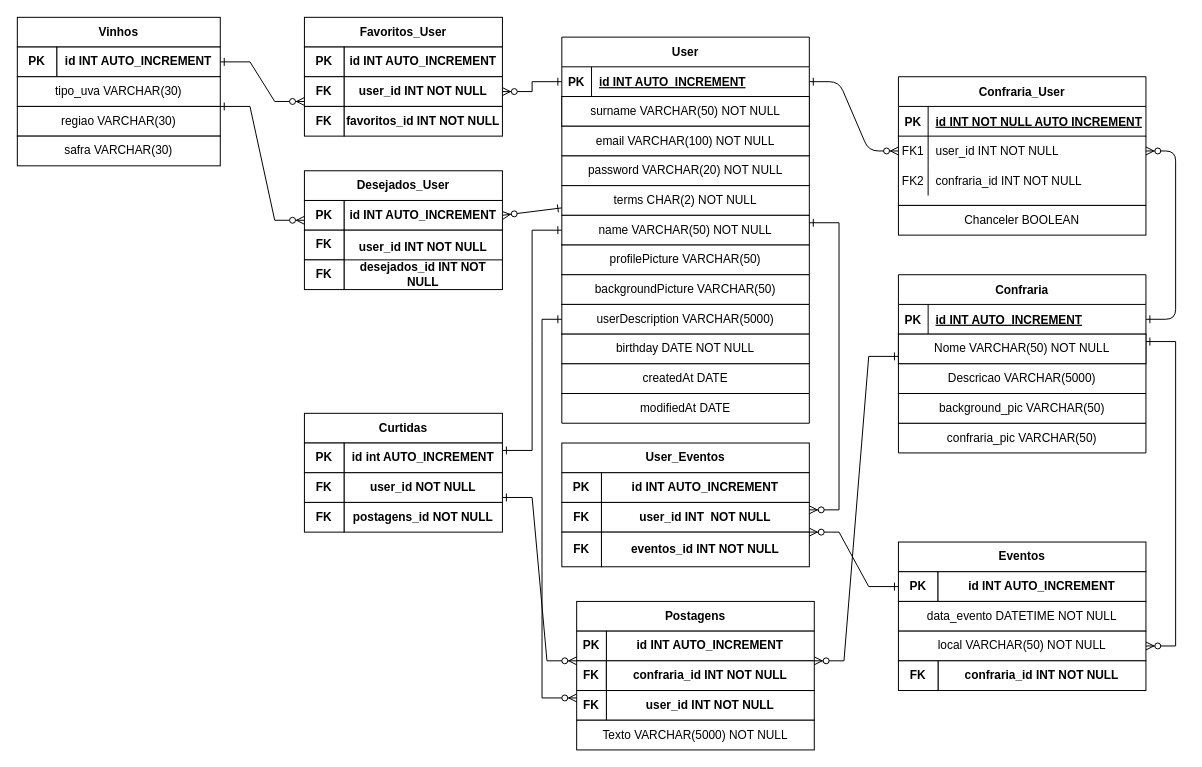
This is ModeloBancoDeDados.drawio from jairocket/projetoIntegrador-Wined, a draw.io file, before an edit. Source tidied: cells renumbered, new cells numbered last; positions are measured from the earlier drawing's top-left corner, leaving out a move shared by most shapes. Both pictures are drawn from the tidied source at 99%, with x=0, y=0 at pixel (17, 17).
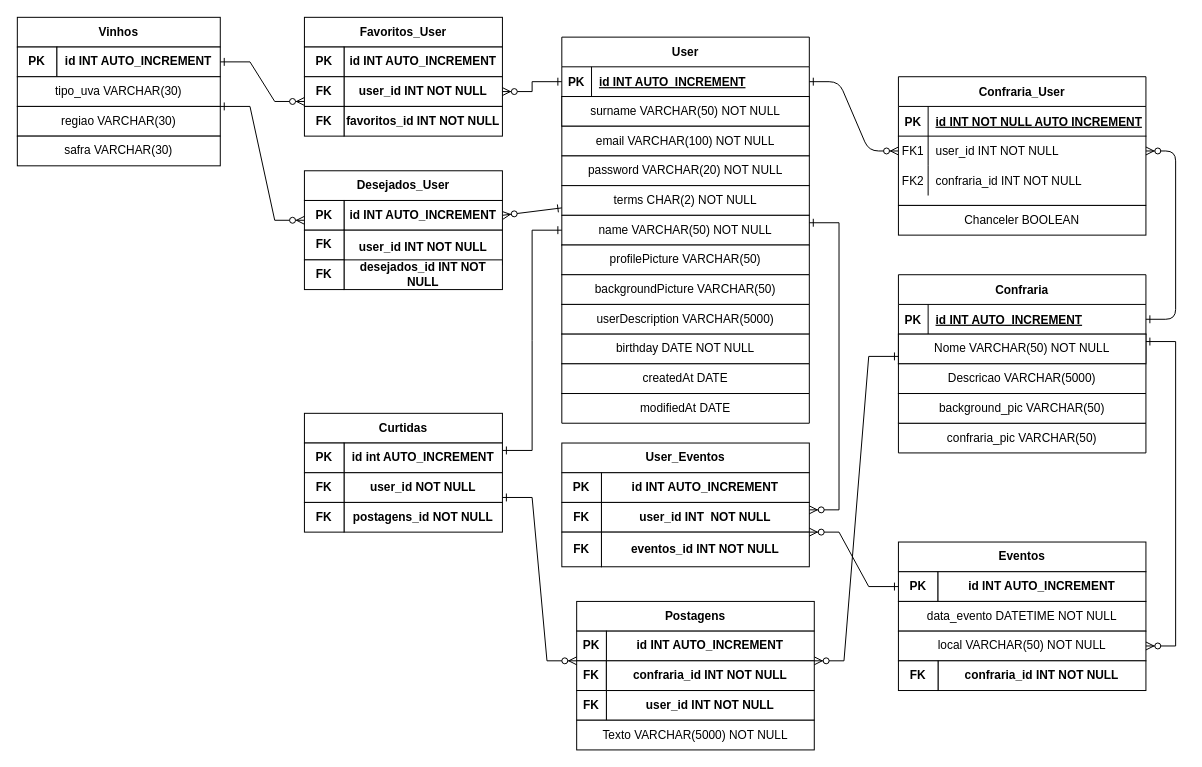
Above is the later version.

The change refers to these unchanged cells:
```xml
<mxCell id="47" value="&lt;b&gt;FK&lt;/b&gt;" style="rounded=0;whiteSpace=wrap;html=1;" parent="1" vertex="1">
  <mxGeometry x="565" y="680" width="30" height="30" as="geometry" />
</mxCell>
<mxCell id="100" style="shape=partialRectangle;html=1;whiteSpace=wrap;fillColor=none;top=0;left=0;bottom=0;right=0;points=[[0,0.5],[1,0.5]];portConstraint=eastwest;" parent="99" vertex="1">
  <mxGeometry width="250" height="30" as="geometry" />
</mxCell>
```

What changed in the source:
```diff
@@
-    <mxCell id="120" style="edgeStyle=orthogonalEdgeStyle;rounded=0;jettySize=auto;html=1;exitX=0;exitY=0.5;exitDx=0;exitDy=0;entryX=0;entryY=0.25;entryDx=0;entryDy=0;endArrow=ERzeroToMany;endFill=1;startArrow=ERone;startFill=0;" parent="1" edge="1" source="100" target="47">
-      <mxGeometry relative="1" as="geometry" />
-    </mxCell>
```
